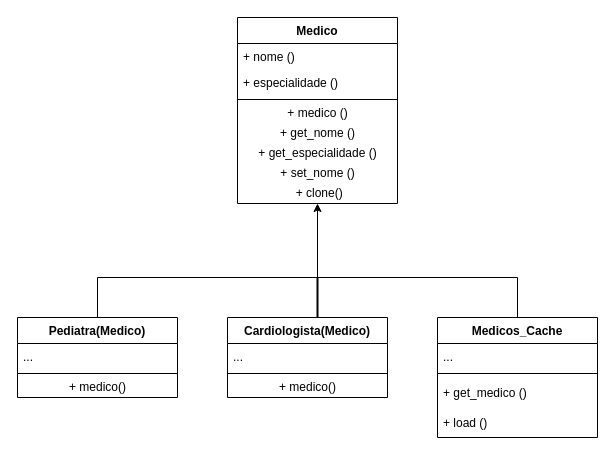
The draw.io diagram Diagramas de Classe/Criação/Prototype/medico.drawio in luanvaf/Design_Patterns_AdvPrograming, before the edit. Source tidied: cells renumbered, new cells numbered last; positions are measured from the earlier drawing's top-left corner, leaving out a move shared by most shapes. Both pictures are drawn from the tidied source at 100%, with x=0, y=0 at pixel (17, 17).
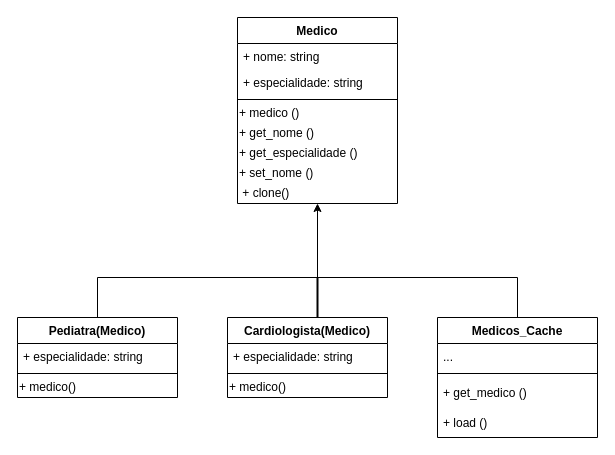
Above is the later version.

The change refers to these unchanged cells:
```xml
<mxCell id="5" value="Medico" style="swimlane;fontStyle=1;align=center;verticalAlign=top;horizontal=1;startSize=26;" parent="1" vertex="1">
  <mxGeometry x="220" width="160" height="186" as="geometry" />
</mxCell>
<mxCell id="14" value="Pediatra(Medico)" style="swimlane;fontStyle=1;align=center;verticalAlign=top;horizontal=1;startSize=26;" parent="1" vertex="1">
  <mxGeometry y="300" width="160" height="80" as="geometry" />
</mxCell>
<mxCell id="18" value="Cardiologista(Medico)" style="swimlane;fontStyle=1;align=center;verticalAlign=top;horizontal=1;startSize=26;" parent="1" vertex="1">
  <mxGeometry x="210" y="300" width="160" height="80" as="geometry" />
</mxCell>
```

Change to the diagram source:
```diff
@@
-    <mxCell id="6" value="+ nome ()" style="text;strokeColor=none;fillColor=none;align=left;verticalAlign=top;spacingLeft=4;spacingRight=4;overflow=hidden;" parent="5" vertex="1">
+    <mxCell id="6" value="+ nome: string" style="text;strokeColor=none;fillColor=none;align=left;verticalAlign=top;spacingLeft=4;spacingRight=4;overflow=hidden;" parent="5" vertex="1">
       <mxGeometry y="26" width="160" height="26" as="geometry" />
     </mxCell>
-    <mxCell id="7" value="+ especialidade ()" style="text;strokeColor=none;fillColor=none;align=left;verticalAlign=top;spacingLeft=4;spacingRight=4;overflow=hidden;" parent="5" vertex="1">
+    <mxCell id="7" value="+ especialidade: string" style="text;strokeColor=none;fillColor=none;align=left;verticalAlign=top;spacingLeft=4;spacingRight=4;overflow=hidden;" parent="5" vertex="1">
       <mxGeometry y="52" width="160" height="26" as="geometry" />
     </mxCell>
@@
-    <mxCell id="9" value="+ medico ()" style="text;html=1;align=center;verticalAlign=middle;strokeColor=none;fillColor=none;" parent="5" vertex="1">
+    <mxCell id="9" value="+ medico ()" style="text;html=1;align=left;verticalAlign=middle;strokeColor=none;fillColor=none;imageAlign=left;" parent="5" vertex="1">
       <mxGeometry y="86" width="160" height="20" as="geometry" />
     </mxCell>
-    <mxCell id="10" value="+ get_nome ()" style="text;html=1;align=center;verticalAlign=middle;strokeColor=none;fillColor=none;" parent="5" vertex="1">
+    <mxCell id="10" value="+ get_nome ()" style="text;html=1;align=left;verticalAlign=middle;strokeColor=none;fillColor=none;imageAlign=left;" parent="5" vertex="1">
       <mxGeometry y="106" width="160" height="20" as="geometry" />
     </mxCell>
-    <mxCell id="11" value="+ get_especialidade ()" style="text;html=1;align=center;verticalAlign=middle;strokeColor=none;fillColor=none;" parent="5" vertex="1">
+    <mxCell id="11" value="+ get_especialidade ()" style="text;html=1;align=left;verticalAlign=middle;strokeColor=none;fillColor=none;imageAlign=left;" parent="5" vertex="1">
       <mxGeometry y="126" width="160" height="20" as="geometry" />
     </mxCell>
-    <mxCell id="12" value="+ set_nome ()" style="text;html=1;align=center;verticalAlign=middle;strokeColor=none;fillColor=none;" parent="5" vertex="1">
+    <mxCell id="12" value="+ set_nome ()" style="text;html=1;align=left;verticalAlign=middle;strokeColor=none;fillColor=none;imageAlign=left;" parent="5" vertex="1">
       <mxGeometry y="146" width="160" height="20" as="geometry" />
     </mxCell>
-    <mxCell id="13" value="&amp;nbsp;+ clone()" style="text;html=1;align=center;verticalAlign=middle;points=[];strokeColor=none;fillColor=none;" parent="5" vertex="1">
+    <mxCell id="13" value="&amp;nbsp;+ clone()" style="text;html=1;align=left;verticalAlign=middle;points=[];strokeColor=none;fillColor=none;imageAlign=left;" parent="5" vertex="1">
       <mxGeometry y="166" width="160" height="20" as="geometry" />
     </mxCell>
@@
-    <mxCell id="15" value="..." style="text;strokeColor=none;fillColor=none;align=left;verticalAlign=top;spacingLeft=4;spacingRight=4;overflow=hidden;" parent="14" vertex="1">
-      <mxGeometry y="26" width="160" height="26" as="geometry" />
-    </mxCell>
+    <mxCell id="27" value="+ especialidade: string" style="text;strokeColor=none;fillColor=none;align=left;verticalAlign=top;spacingLeft=4;spacingRight=4;overflow=hidden;" parent="14" vertex="1">
+      <mxGeometry y="26" width="160" height="26" as="geometry" />
+    </mxCell>
@@
-    <mxCell id="17" value="+ medico()" style="text;html=1;align=center;verticalAlign=middle;strokeColor=none;fillColor=none;" parent="14" vertex="1">
+    <mxCell id="17" value="+ medico()" style="text;html=1;align=left;verticalAlign=middle;strokeColor=none;fillColor=none;" parent="14" vertex="1">
       <mxGeometry y="60" width="160" height="20" as="geometry" />
     </mxCell>
@@
-    <mxCell id="19" value="..." style="text;strokeColor=none;fillColor=none;align=left;verticalAlign=top;spacingLeft=4;spacingRight=4;overflow=hidden;" parent="18" vertex="1">
-      <mxGeometry y="26" width="160" height="26" as="geometry" />
-    </mxCell>
+    <mxCell id="28" value="+ especialidade: string" style="text;strokeColor=none;fillColor=none;align=left;verticalAlign=top;spacingLeft=4;spacingRight=4;overflow=hidden;" parent="18" vertex="1">
+      <mxGeometry y="26" width="160" height="26" as="geometry" />
+    </mxCell>
@@
-    <mxCell id="21" value="+ medico()" style="text;html=1;align=center;verticalAlign=middle;strokeColor=none;fillColor=none;" parent="18" vertex="1">
+    <mxCell id="21" value="+ medico()" style="text;html=1;align=left;verticalAlign=middle;strokeColor=none;fillColor=none;" parent="18" vertex="1">
       <mxGeometry y="60" width="160" height="20" as="geometry" />
     </mxCell>
```
